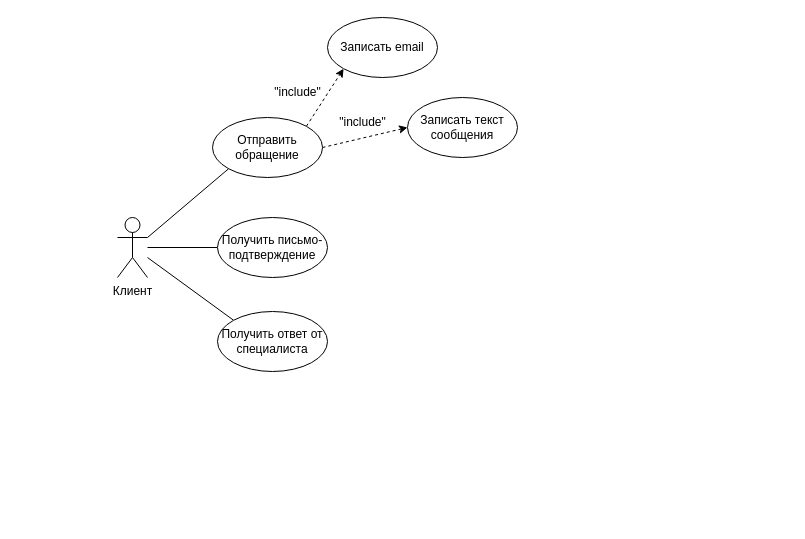
The draw.io diagram Use case.drawio in Zhigalo04/HelpDesk, before the edit. Source tidied: cells renumbered, new cells numbered last; positions are measured from the earlier drawing's top-left corner, leaving out a move shared by most shapes. Both pictures are drawn from the tidied source at 100%, with x=0, y=0 at pixel (117, 17).
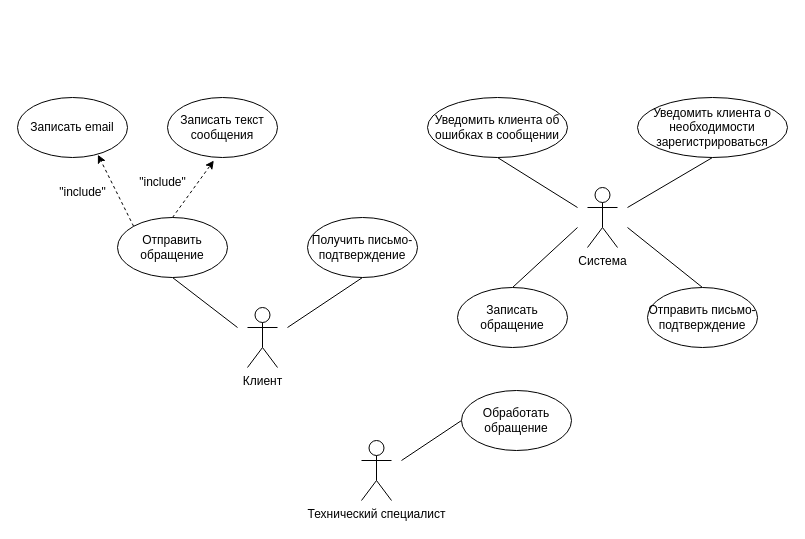
The same page after the edit.

Diff of the diagram source:
```diff
@@
     <mxCell id="2" value="Клиент" style="shape=umlActor;verticalLabelPosition=bottom;verticalAlign=top;html=1;outlineConnect=0;" parent="1" vertex="1">
-      <mxGeometry y="200" width="30" height="60" as="geometry" />
+      <mxGeometry x="130" y="290" width="30" height="60" as="geometry" />
     </mxCell>
-    <mxCell id="3" style="rounded=0;jettySize=auto;html=1;exitX=0;exitY=0.5;exitDx=0;exitDy=0;endArrow=none;endFill=0;" parent="1" edge="1" source="4" target="2">
-      <mxGeometry relative="1" as="geometry" />
-    </mxCell>
-    <mxCell id="4" value="Получить письмо-подтверждение" style="ellipse;whiteSpace=wrap;html=1;" parent="1" vertex="1">
-      <mxGeometry x="100" y="200" width="110" height="60" as="geometry" />
-    </mxCell>
-    <mxCell id="5" style="rounded=0;jettySize=auto;html=1;exitX=1;exitY=0;exitDx=0;exitDy=0;entryX=0;entryY=1;entryDx=0;entryDy=0;dashed=1;" parent="1" edge="1" source="7" target="10">
-      <mxGeometry relative="1" as="geometry" />
-    </mxCell>
-    <mxCell id="6" style="rounded=0;jettySize=auto;html=1;exitX=1;exitY=0.5;exitDx=0;exitDy=0;entryX=0;entryY=0.5;entryDx=0;entryDy=0;dashed=1;" parent="1" edge="1" source="7" target="11">
-      <mxGeometry relative="1" as="geometry" />
-    </mxCell>
-    <mxCell id="7" value="Отправить обращение" style="ellipse;whiteSpace=wrap;html=1;" parent="1" vertex="1">
-      <mxGeometry x="95" y="100" width="110" height="60" as="geometry" />
-    </mxCell>
-    <mxCell id="8" style="rounded=0;jettySize=auto;html=1;exitX=0;exitY=0;exitDx=0;exitDy=0;endArrow=none;endFill=0;" parent="1" edge="1" source="9">
-      <mxGeometry relative="1" as="geometry">
-        <mxPoint x="30" y="240" as="targetPoint" />
-      </mxGeometry>
-    </mxCell>
-    <mxCell id="9" value="Получить ответ от специалиста" style="ellipse;whiteSpace=wrap;html=1;" parent="1" vertex="1">
-      <mxGeometry x="100" y="294" width="110" height="60" as="geometry" />
-    </mxCell>
+    <mxCell id="15" style="rounded=0;jettySize=auto;html=1;exitX=0.5;exitY=1;exitDx=0;exitDy=0;endArrow=none;endFill=0;" parent="1" edge="1" source="10">
+      <mxGeometry relative="1" as="geometry">
+        <mxPoint x="120" y="310" as="targetPoint" />
+      </mxGeometry>
+    </mxCell>
-    <mxCell id="10" value="Записать email" style="ellipse;whiteSpace=wrap;html=1;" parent="1" vertex="1">
-      <mxGeometry x="210" width="110" height="60" as="geometry" />
+    <mxCell id="10" value="Отправить обращение" style="ellipse;whiteSpace=wrap;html=1;" parent="1" vertex="1">
+      <mxGeometry y="200" width="110" height="60" as="geometry" />
     </mxCell>
+    <mxCell id="16" style="rounded=0;jettySize=auto;html=1;exitX=0.5;exitY=1;exitDx=0;exitDy=0;endArrow=none;endFill=0;" parent="1" edge="1" source="11">
+      <mxGeometry relative="1" as="geometry">
+        <mxPoint x="170" y="310" as="targetPoint" />
+      </mxGeometry>
+    </mxCell>
-    <mxCell id="11" value="Записать текст сообщения" style="ellipse;whiteSpace=wrap;html=1;" parent="1" vertex="1">
-      <mxGeometry x="290" y="80" width="110" height="60" as="geometry" />
+    <mxCell id="11" value="Получить письмо-подтверждение" style="ellipse;whiteSpace=wrap;html=1;" parent="1" vertex="1">
+      <mxGeometry x="190" y="200" width="110" height="60" as="geometry" />
     </mxCell>
-    <mxCell id="12" style="rounded=0;jettySize=auto;html=1;exitX=0;exitY=1;exitDx=0;exitDy=0;entryX=1;entryY=0.3333333333333333;entryDx=0;entryDy=0;entryPerimeter=0;endArrow=none;endFill=0;" parent="1" edge="1" source="7" target="2">
-      <mxGeometry relative="1" as="geometry" />
-    </mxCell>
-    <mxCell id="13" value="&quot;include&quot;" style="text;html=1;align=center;verticalAlign=middle;strokeColor=none;fillColor=none;" parent="1" vertex="1">
-      <mxGeometry x="210" y="90" width="70" height="30" as="geometry" />
-    </mxCell>
-    <mxCell id="14" value="&quot;include&quot;" style="text;html=1;align=center;verticalAlign=middle;strokeColor=none;fillColor=none;" parent="1" vertex="1">
-      <mxGeometry x="145" y="60" width="70" height="30" as="geometry" />
-    </mxCell>
+    <mxCell id="17" value="Система" style="shape=umlActor;verticalLabelPosition=bottom;verticalAlign=top;html=1;" parent="1" vertex="1">
+      <mxGeometry x="470" y="170" width="30" height="60" as="geometry" />
+    </mxCell>
+    <mxCell id="18" style="rounded=0;jettySize=auto;html=1;exitX=0.5;exitY=0;exitDx=0;exitDy=0;endArrow=none;endFill=0;" parent="1" edge="1" source="19">
+      <mxGeometry relative="1" as="geometry">
+        <mxPoint x="510" y="210" as="targetPoint" />
+      </mxGeometry>
+    </mxCell>
+    <mxCell id="19" value="Отправить письмо-подтверждение" style="ellipse;whiteSpace=wrap;html=1;" parent="1" vertex="1">
+      <mxGeometry x="530" y="270" width="110" height="60" as="geometry" />
+    </mxCell>
+    <mxCell id="20" style="rounded=0;jettySize=auto;html=1;exitX=0.5;exitY=0;exitDx=0;exitDy=0;endArrow=none;endFill=0;" parent="1" edge="1" source="21">
+      <mxGeometry relative="1" as="geometry">
+        <mxPoint x="460" y="210" as="targetPoint" />
+      </mxGeometry>
+    </mxCell>
+    <mxCell id="21" value="Записать обращение" style="ellipse;whiteSpace=wrap;html=1;" parent="1" vertex="1">
+      <mxGeometry x="340" y="270" width="110" height="60" as="geometry" />
+    </mxCell>
+    <mxCell id="22" style="rounded=0;jettySize=auto;html=1;exitX=0.5;exitY=1;exitDx=0;exitDy=0;endArrow=none;endFill=0;" parent="1" edge="1" source="23">
+      <mxGeometry relative="1" as="geometry">
+        <mxPoint x="460" y="190" as="targetPoint" />
+      </mxGeometry>
+    </mxCell>
+    <mxCell id="23" value="Уведомить клиента об ошибках в сообщении" style="ellipse;whiteSpace=wrap;html=1;" parent="1" vertex="1">
+      <mxGeometry x="310" y="80" width="140" height="60" as="geometry" />
+    </mxCell>
+    <mxCell id="24" style="rounded=0;jettySize=auto;html=1;exitX=0.5;exitY=1;exitDx=0;exitDy=0;endArrow=none;endFill=0;" parent="1" edge="1" source="25">
+      <mxGeometry relative="1" as="geometry">
+        <mxPoint x="510" y="190" as="targetPoint" />
+      </mxGeometry>
+    </mxCell>
+    <mxCell id="25" value="Уведомить клиента о необходимости зарегистрироваться" style="ellipse;whiteSpace=wrap;html=1;" parent="1" vertex="1">
+      <mxGeometry x="520" y="80" width="150" height="60" as="geometry" />
+    </mxCell>
+    <mxCell id="26" value="Технический специалист" style="shape=umlActor;verticalLabelPosition=bottom;verticalAlign=top;html=1;" parent="1" vertex="1">
+      <mxGeometry x="244" y="423" width="30" height="60" as="geometry" />
+    </mxCell>
+    <mxCell id="27" style="rounded=0;jettySize=auto;html=1;exitX=0;exitY=0.5;exitDx=0;exitDy=0;endArrow=none;endFill=0;" parent="1" edge="1" source="28">
+      <mxGeometry relative="1" as="geometry">
+        <mxPoint x="284" y="443" as="targetPoint" />
+      </mxGeometry>
+    </mxCell>
+    <mxCell id="28" value="Обработать обращение" style="ellipse;whiteSpace=wrap;html=1;" parent="1" vertex="1">
+      <mxGeometry x="344" y="373" width="110" height="60" as="geometry" />
+    </mxCell>
+    <mxCell id="29" value="Записать email" style="ellipse;whiteSpace=wrap;html=1;" parent="1" vertex="1">
+      <mxGeometry x="-100" y="80" width="110" height="60" as="geometry" />
+    </mxCell>
+    <mxCell id="30" value="Записать текст сообщения" style="ellipse;whiteSpace=wrap;html=1;" parent="1" vertex="1">
+      <mxGeometry x="50" y="80" width="110" height="60" as="geometry" />
+    </mxCell>
+    <mxCell id="31" style="rounded=0;jettySize=auto;html=1;exitX=0;exitY=0;exitDx=0;exitDy=0;entryX=0.731;entryY=0.954;entryDx=0;entryDy=0;entryPerimeter=0;dashed=1;" parent="1" edge="1" source="10" target="29">
+      <mxGeometry relative="1" as="geometry" />
+    </mxCell>
+    <mxCell id="32" style="rounded=0;jettySize=auto;html=1;exitX=0.5;exitY=0;exitDx=0;exitDy=0;entryX=0.421;entryY=1.051;entryDx=0;entryDy=0;entryPerimeter=0;dashed=1;" parent="1" edge="1" source="10" target="30">
+      <mxGeometry relative="1" as="geometry" />
+    </mxCell>
+    <mxCell id="33" value="&quot;include&quot;" style="text;html=1;align=center;verticalAlign=middle;strokeColor=none;fillColor=none;" parent="1" vertex="1">
+      <mxGeometry x="-70" y="160" width="70" height="30" as="geometry" />
+    </mxCell>
+    <mxCell id="34" value="&quot;include&quot;" style="text;html=1;align=center;verticalAlign=middle;strokeColor=none;fillColor=none;" parent="1" vertex="1">
+      <mxGeometry x="10" y="150" width="70" height="30" as="geometry" />
+    </mxCell>
```
